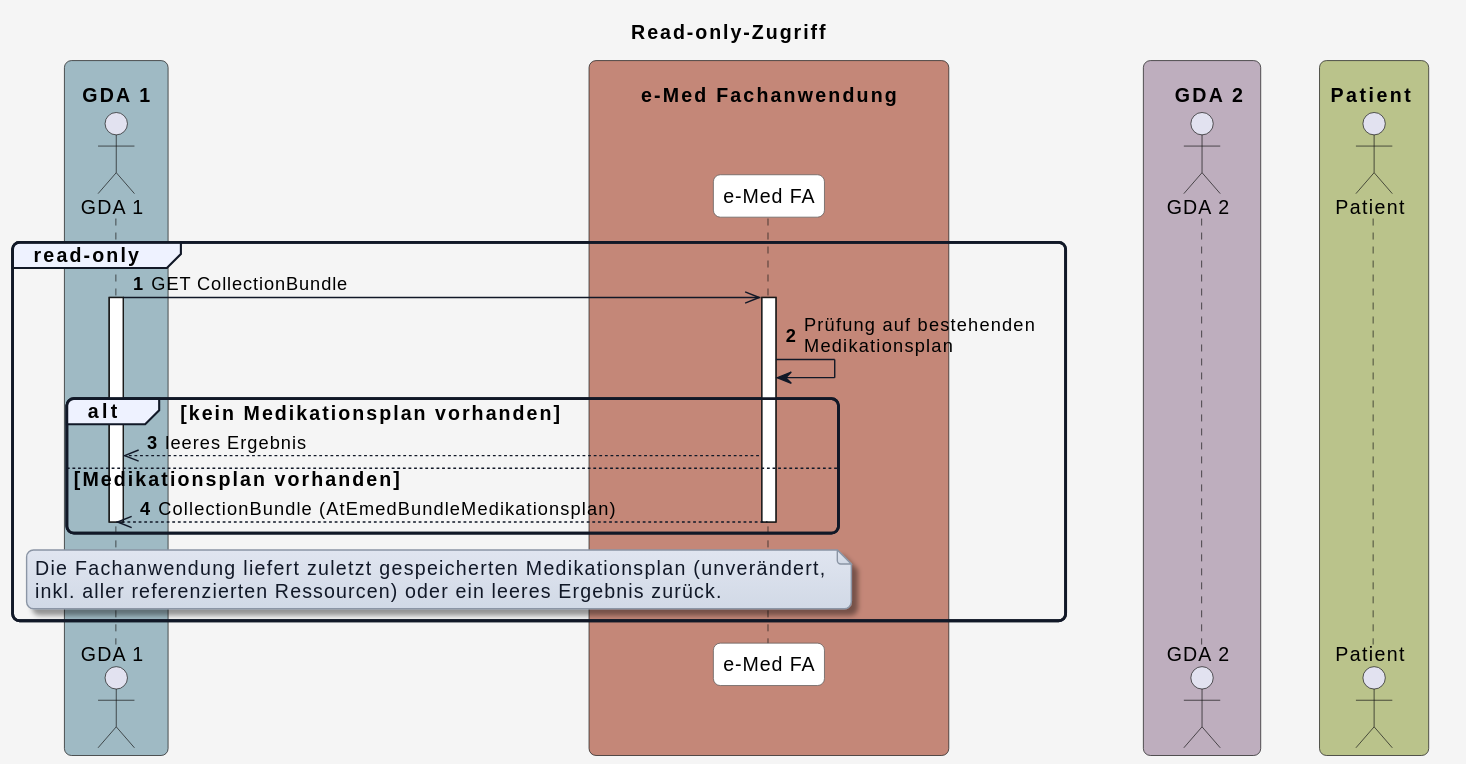
Before: r4-ELGA-e-Medikation-main/plantuml/diagram_read.svg, a diagram exported from PlantUML (HL7Austria/hl7austria.github.io).
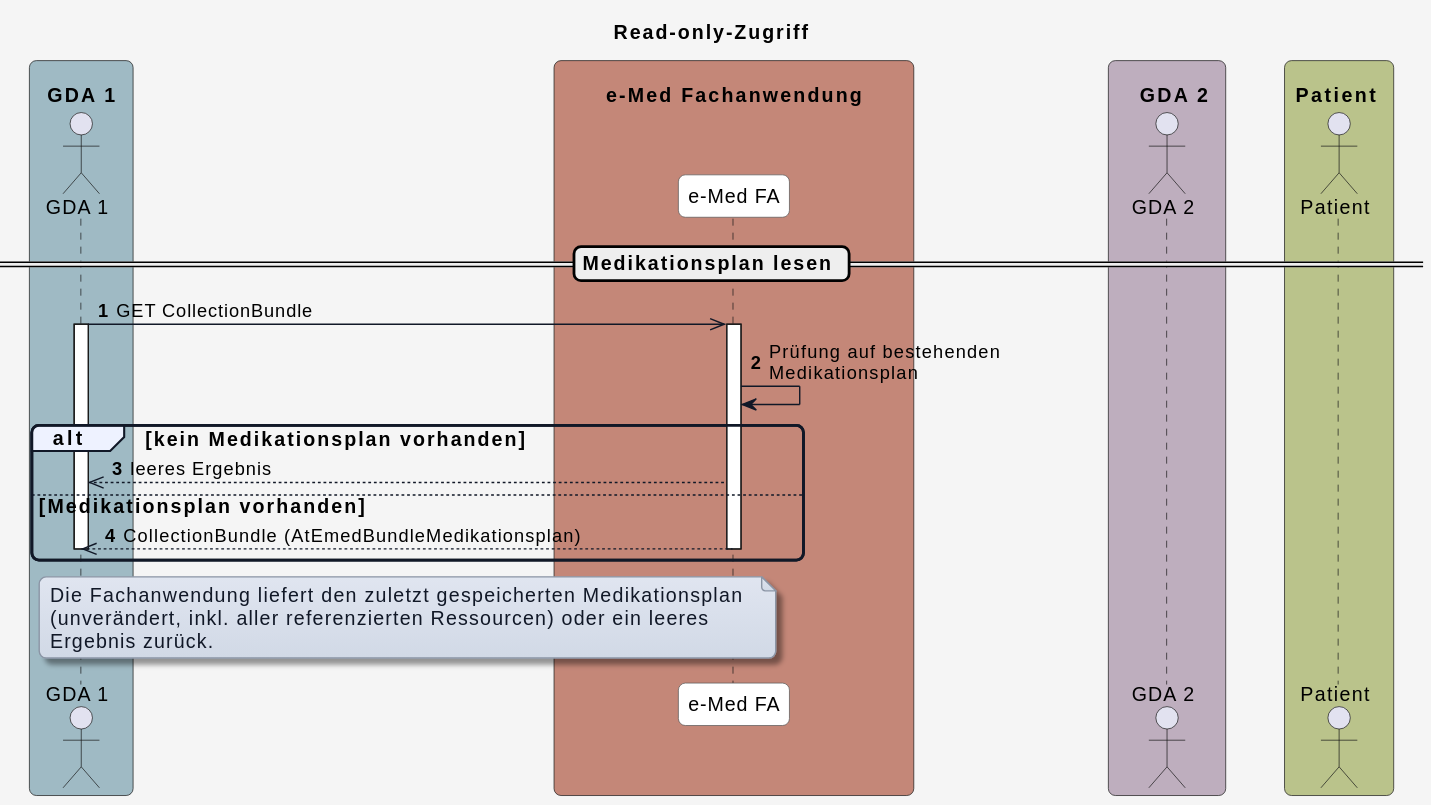
The same diagram one commit later.

What changed in the source:
```diff
@@ -58,25 +58,24 @@
 
 autonumber
 
-group read-only
+== Medikationsplan lesen ==
 
-  GDA_1 ->> eMed_FA: GET CollectionBundle
-  activate GDA_1
+GDA_1 ->> eMed_FA: GET CollectionBundle
+activate GDA_1
 
-  activate eMed_FA
-  eMed_FA -> eMed_FA: Prüfung auf bestehenden\nMedikationsplan
+activate eMed_FA
+eMed_FA -> eMed_FA: Prüfung auf bestehenden\nMedikationsplan
 
-  alt kein Medikationsplan vorhanden
-    eMed_FA -->> GDA_1: leeres Ergebnis
-  else Medikationsplan vorhanden
-    eMed_FA -->> GDA_1: CollectionBundle (AtEmedBundleMedikationsplan)
-    deactivate GDA_1
-    deactivate eMed_FA
-  end
-  note over GDA_1, eMed_FA
-  Die Fachanwendung liefert zuletzt gespeicherten Medikationsplan (unverändert,
-  inkl. aller referenzierten Ressourcen) oder ein leeres Ergebnis zurück.
-  end note
-
+alt kein Medikationsplan vorhanden
+  eMed_FA -->> GDA_1: leeres Ergebnis
+else Medikationsplan vorhanden
+  eMed_FA -->> GDA_1: CollectionBundle (AtEmedBundleMedikationsplan)
+  deactivate GDA_1
+  deactivate eMed_FA
 end
+note over GDA_1, eMed_FA
+Die Fachanwendung liefert den zuletzt gespeicherten Medikationsplan
+(unverändert, inkl. aller referenzierten Ressourcen) oder ein leeres
+Ergebnis zurück.
+end note
 @enduml
```
